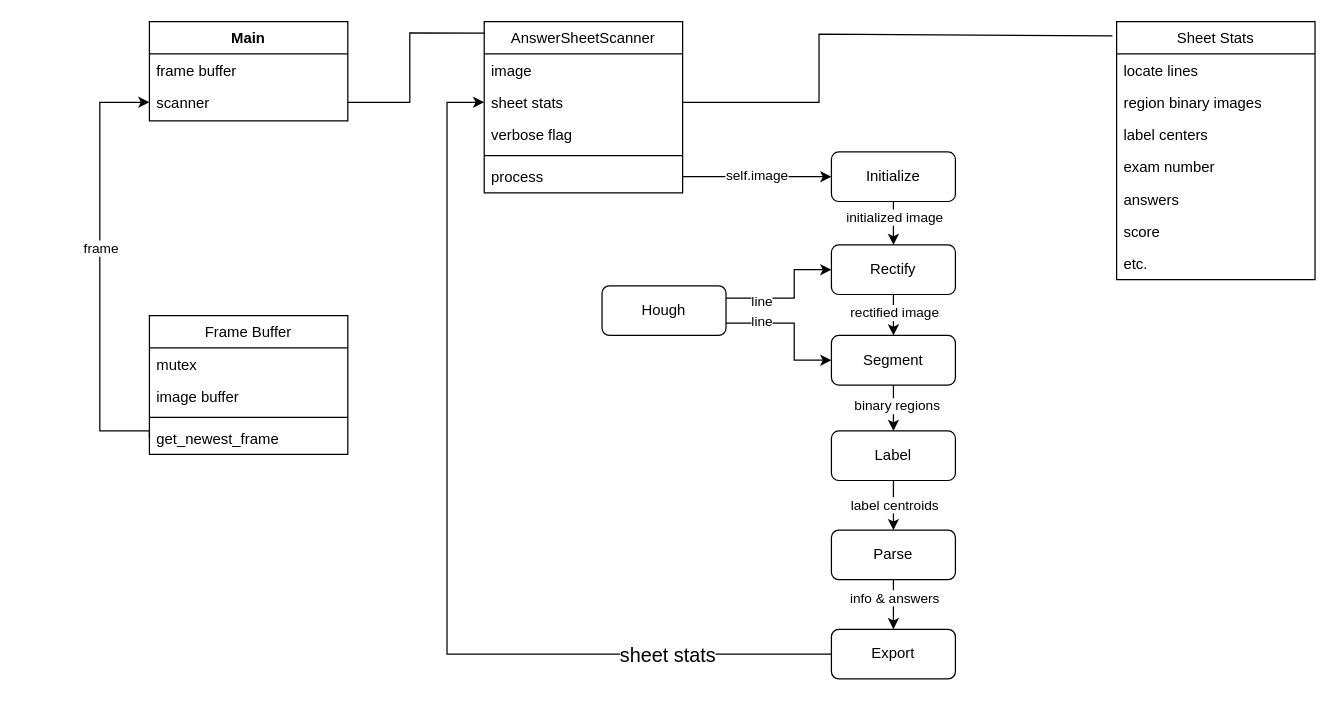
Earlier version of the draw.io diagram flowchart.drawio (izthy-03/SJTU_EE2508_Answer-sheet-scanner). Source tidied: cells renumbered, new cells numbered last; positions are measured from the earlier drawing's top-left corner, leaving out a move shared by most shapes. Both pictures are drawn from the tidied source at 124%, with x=0, y=0 at pixel (99, 21).
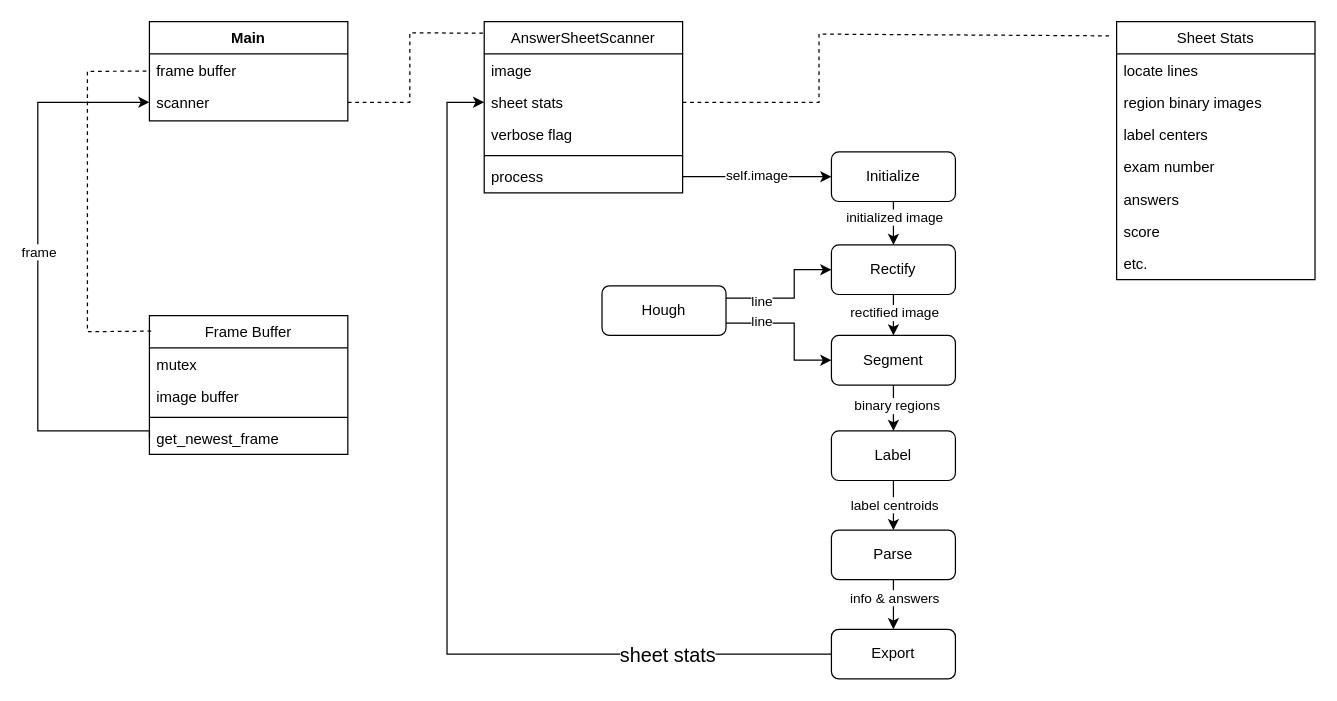
After the change.

Unchanged cells that the change refers to:
```xml
<mxCell id="3" value="frame buffer" style="text;align=left;verticalAlign=top;spacingLeft=4;spacingRight=4;overflow=hidden;points=[[0,0.5],[1,0.5]];portConstraint=eastwest;" parent="2" vertex="1">
  <mxGeometry y="26" width="160" height="26" as="geometry" />
</mxCell>
<mxCell id="4" value="scanner" style="text;align=left;verticalAlign=top;spacingLeft=4;spacingRight=4;overflow=hidden;points=[[0,0.5],[1,0.5]];portConstraint=eastwest;rounded=0;shadow=0;html=0;" parent="2" vertex="1">
  <mxGeometry y="52" width="160" height="26" as="geometry" />
</mxCell>
<mxCell id="7" value="Frame Buffer" style="swimlane;fontStyle=0;align=center;verticalAlign=top;horizontal=1;startSize=26;rounded=0;shadow=0;strokeWidth=1;" parent="1" vertex="1">
  <mxGeometry x="40" y="237" width="160" height="112" as="geometry" />
</mxCell>
<mxCell id="11" value="get_newest_frame" style="text;align=left;verticalAlign=top;spacingLeft=4;spacingRight=4;overflow=hidden;points=[[0,0.5],[1,0.5]];portConstraint=eastwest;fontStyle=0;" parent="7" vertex="1">
  <mxGeometry y="86" width="160" height="26" as="geometry" />
</mxCell>
<mxCell id="12" value="AnswerSheetScanner" style="swimlane;fontStyle=0;align=center;verticalAlign=top;horizontal=1;startSize=26;rounded=0;shadow=0;strokeWidth=1;" parent="1" vertex="1">
  <mxGeometry x="310" width="160" height="138" as="geometry" />
</mxCell>
<mxCell id="14" value="sheet stats" style="text;align=left;verticalAlign=top;spacingLeft=4;spacingRight=4;overflow=hidden;points=[[0,0.5],[1,0.5]];portConstraint=eastwest;" parent="12" vertex="1">
  <mxGeometry y="52" width="160" height="26" as="geometry" />
</mxCell>
<mxCell id="45" value="Sheet Stats" style="swimlane;fontStyle=0;align=center;verticalAlign=top;horizontal=1;startSize=26;rounded=0;shadow=0;strokeWidth=1;" parent="1" vertex="1">
  <mxGeometry x="820" width="160" height="208" as="geometry" />
</mxCell>
```

Diff of the diagram source:
```diff
@@
     <mxCell id="5" style="edgeStyle=orthogonalEdgeStyle;rounded=0;jettySize=auto;html=1;exitX=0;exitY=0.5;exitDx=0;exitDy=0;entryX=0;entryY=0.5;entryDx=0;entryDy=0;" parent="1" edge="1" source="11" target="4">
       <mxGeometry relative="1" as="geometry">
         <Array as="points">
           <mxPoint x="40" y="330" />
-          <mxPoint y="330" />
-          <mxPoint y="65" />
+          <mxPoint x="-50" y="330" />
+          <mxPoint x="-50" y="65" />
         </Array>
       </mxGeometry>
     </mxCell>
@@
-    <mxCell id="18" style="endArrow=none;html=1;rounded=0;entryX=0.004;entryY=0.067;entryDx=0;entryDy=0;entryPerimeter=0;fontSize=11;" parent="1" edge="1" target="12">
+    <mxCell id="18" style="endArrow=none;html=1;rounded=0;entryX=0.004;entryY=0.067;entryDx=0;entryDy=0;entryPerimeter=0;fontSize=11;dashed=1;" parent="1" edge="1" target="12">
       <mxGeometry relative="1" as="geometry">
         <mxPoint x="200" y="65" as="sourcePoint" />
         <Array as="points">
           <mxPoint x="250" y="65" />
           <mxPoint x="250" y="9" />
         </Array>
       </mxGeometry>
     </mxCell>
@@
-    <mxCell id="44" style="endArrow=none;html=1;rounded=0;exitX=1;exitY=0.5;exitDx=0;exitDy=0;entryX=-0.021;entryY=0.055;entryDx=0;entryDy=0;entryPerimeter=0;" parent="1" edge="1" source="14" target="45">
+    <mxCell id="44" style="endArrow=none;html=1;rounded=0;exitX=1;exitY=0.5;exitDx=0;exitDy=0;entryX=-0.021;entryY=0.055;entryDx=0;entryDy=0;entryPerimeter=0;dashed=1;" parent="1" edge="1" source="14" target="45">
       <mxGeometry relative="1" as="geometry">
         <Array as="points">
           <mxPoint x="580" y="65" />
           <mxPoint x="580" y="10" />
         </Array>
       </mxGeometry>
     </mxCell>
@@
+    <mxCell id="53" style="endArrow=none;html=1;rounded=0;entryX=0.004;entryY=0.535;entryDx=0;entryDy=0;exitX=0.009;exitY=0.112;exitDx=0;exitDy=0;exitPerimeter=0;entryPerimeter=0;dashed=1;" parent="1" edge="1" source="7" target="3">
+      <mxGeometry relative="1" as="geometry">
+        <Array as="points">
+          <mxPoint x="-10" y="250" />
+          <mxPoint x="-10" y="40" />
+        </Array>
+      </mxGeometry>
+    </mxCell>
```
